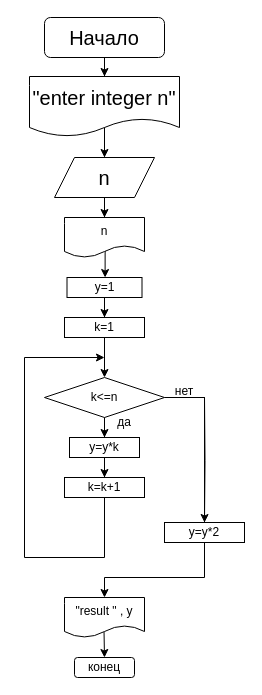
Above: 2/2.2.drawio in klep1koff/lifeishard (draw.io), before the change. Source tidied: cells renumbered, new cells numbered last; positions are measured from the earlier drawing's top-left corner, leaving out a move shared by most shapes. Both pictures are drawn from the tidied source at 100%, with x=0, y=0 at pixel (24, 17).
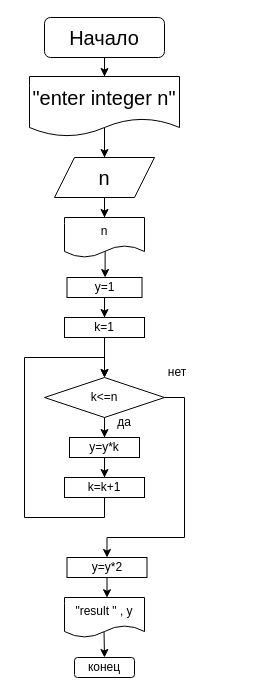
After the change.

Unchanged cells that the change refers to:
```xml
<mxCell id="16" value="k&amp;lt;=n" style="rhombus;whiteSpace=wrap;html=1;rounded=0;" parent="1" vertex="1">
  <mxGeometry x="20" y="360" width="120" height="40" as="geometry" />
</mxCell>
<mxCell id="20" value="k=k+1" style="rounded=0;whiteSpace=wrap;html=1;" parent="1" vertex="1">
  <mxGeometry x="40" y="460" width="80" height="20" as="geometry" />
</mxCell>
<mxCell id="24" value="&quot;result &quot; , y" style="shape=document;whiteSpace=wrap;html=1;boundedLbl=1;" parent="1" vertex="1">
  <mxGeometry x="40" y="580" width="80" height="40" as="geometry" />
</mxCell>
```

Diff of the diagram source:
```diff
@@
-    <mxCell id="14" style="edgeStyle=orthogonalEdgeStyle;rounded=0;jettySize=auto;html=1;startArrow=none;" parent="1" edge="1" source="26" target="24">
-      <mxGeometry relative="1" as="geometry">
-        <Array as="points">
-          <mxPoint x="180" y="380" />
-          <mxPoint x="180" y="560" />
-          <mxPoint x="80" y="560" />
-        </Array>
-      </mxGeometry>
-    </mxCell>
@@
-    <mxCell id="19" style="edgeStyle=orthogonalEdgeStyle;rounded=0;jettySize=auto;html=1;exitX=0.5;exitY=1;exitDx=0;exitDy=0;" parent="1" edge="1" source="20">
+    <mxCell id="19" style="edgeStyle=orthogonalEdgeStyle;rounded=0;jettySize=auto;html=1;exitX=0.5;exitY=1;exitDx=0;exitDy=0;entryX=0.5;entryY=0;entryDx=0;entryDy=0;" parent="1" edge="1" source="20" target="16">
       <mxGeometry relative="1" as="geometry">
-        <mxPoint x="80" y="340" as="targetPoint" />
         <Array as="points">
-          <mxPoint x="80" y="540" />
-          <mxPoint y="540" />
+          <mxPoint x="80" y="500" />
+          <mxPoint y="500" />
           <mxPoint y="340" />
+          <mxPoint x="80" y="340" />
         </Array>
       </mxGeometry>
     </mxCell>
@@
     <mxCell id="22" value="нет" style="text;html=1;strokeColor=none;fillColor=none;align=center;verticalAlign=middle;whiteSpace=wrap;rounded=0;" parent="1" vertex="1">
-      <mxGeometry x="130" y="359" width="60" height="30" as="geometry" />
+      <mxGeometry x="122.5" y="340" width="60" height="30" as="geometry" />
     </mxCell>
@@
+    <mxCell id="14" style="edgeStyle=orthogonalEdgeStyle;rounded=0;jettySize=auto;html=1;exitX=0.5;exitY=1;exitDx=0;exitDy=0;entryX=0.531;entryY=0.006;entryDx=0;entryDy=0;entryPerimeter=0;" parent="1" edge="1" source="26" target="24">
+      <mxGeometry relative="1" as="geometry" />
+    </mxCell>
     <mxCell id="26" value="y=y*2" style="whiteSpace=wrap;html=1;rounded=0;" parent="1" vertex="1">
-      <mxGeometry x="140" y="505" width="80" height="20" as="geometry" />
+      <mxGeometry x="42.5" y="540" width="80" height="20" as="geometry" />
     </mxCell>
-    <mxCell id="27" style="edgeStyle=orthogonalEdgeStyle;rounded=0;jettySize=auto;html=1;endArrow=none;" parent="1" edge="1" source="16">
-      <mxGeometry relative="1" as="geometry">
-        <mxPoint x="180" y="480" as="targetPoint" />
-        <Array as="points">
-          <mxPoint x="180" y="380" />
-        </Array>
-      </mxGeometry>
-    </mxCell>
-    <mxCell id="28" style="endArrow=classic;html=1;rounded=0;edgeStyle=orthogonalEdgeStyle;entryX=0.5;entryY=0;entryDx=0;entryDy=0;" parent="1" edge="1" target="26">
+    <mxCell id="28" style="endArrow=classic;html=1;rounded=0;edgeStyle=orthogonalEdgeStyle;exitX=1;exitY=0.5;exitDx=0;exitDy=0;entryX=0.5;entryY=0;entryDx=0;entryDy=0;" parent="1" edge="1" source="16" target="26">
       <mxGeometry relative="1" as="geometry">
-        <mxPoint x="180" y="380" as="sourcePoint" />
+        <Array as="points">
+          <mxPoint x="160" y="380" />
+          <mxPoint x="160" y="520" />
+          <mxPoint x="83" y="520" />
+          <mxPoint x="83" y="540" />
+        </Array>
       </mxGeometry>
     </mxCell>
```
